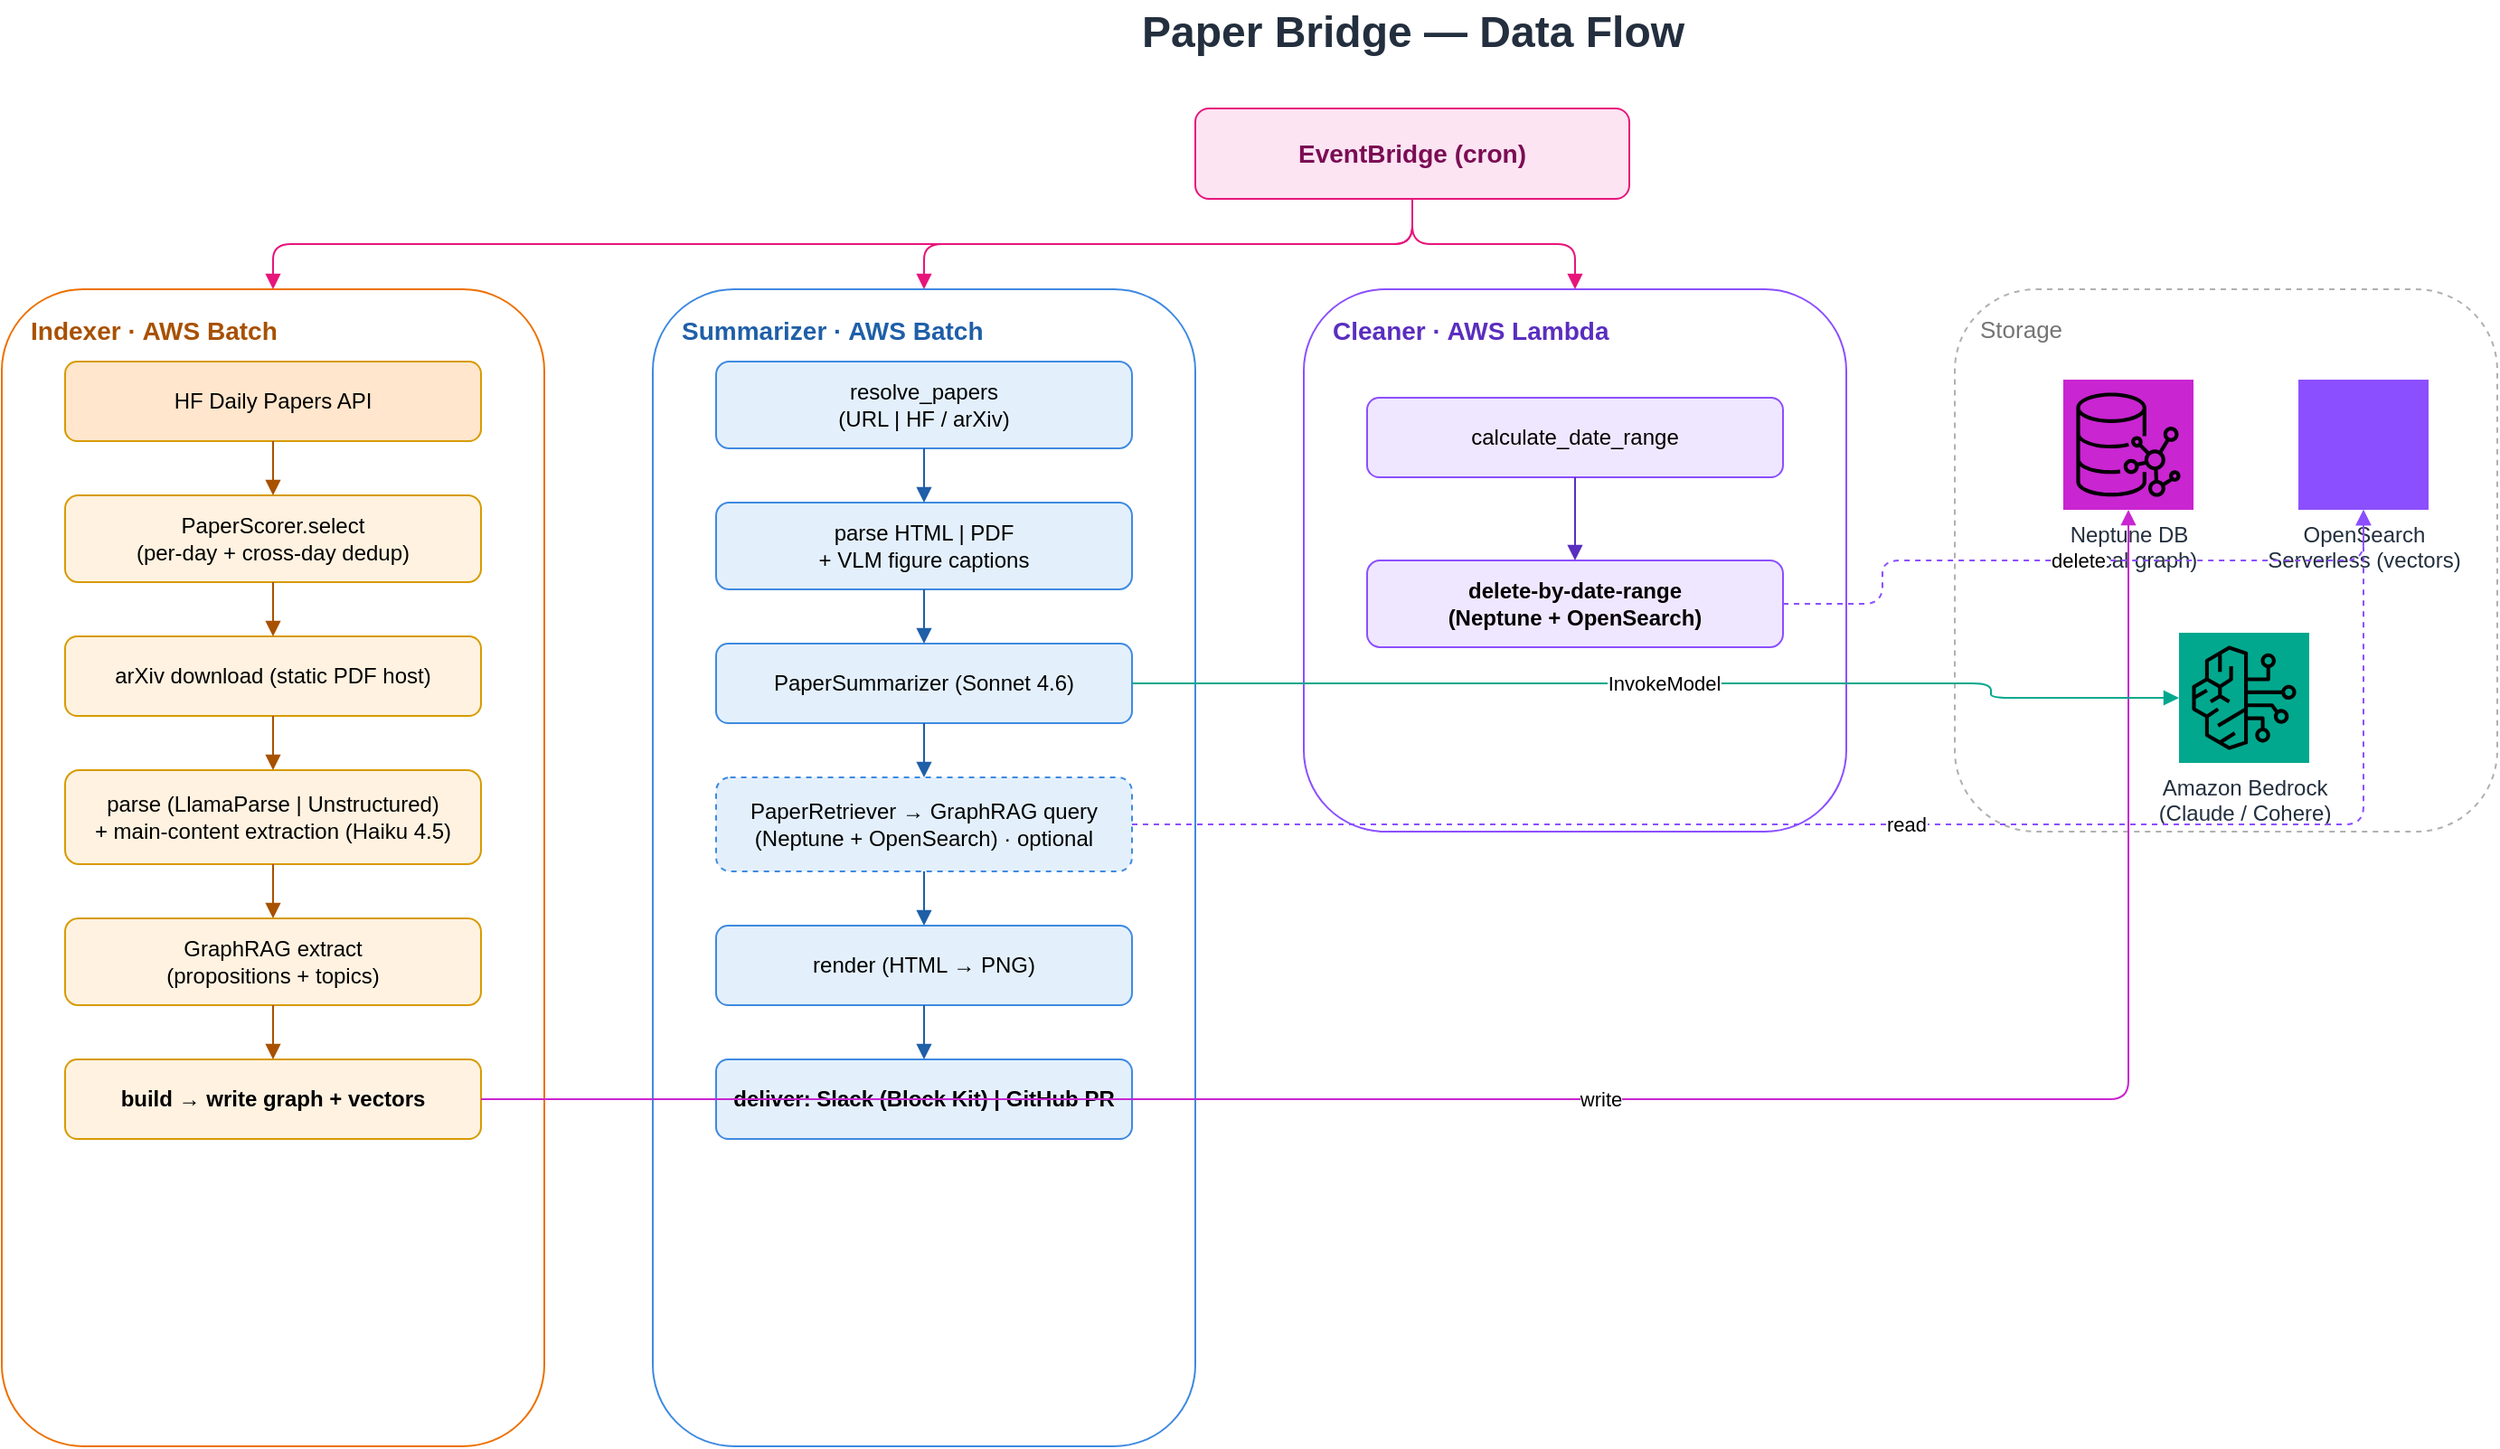
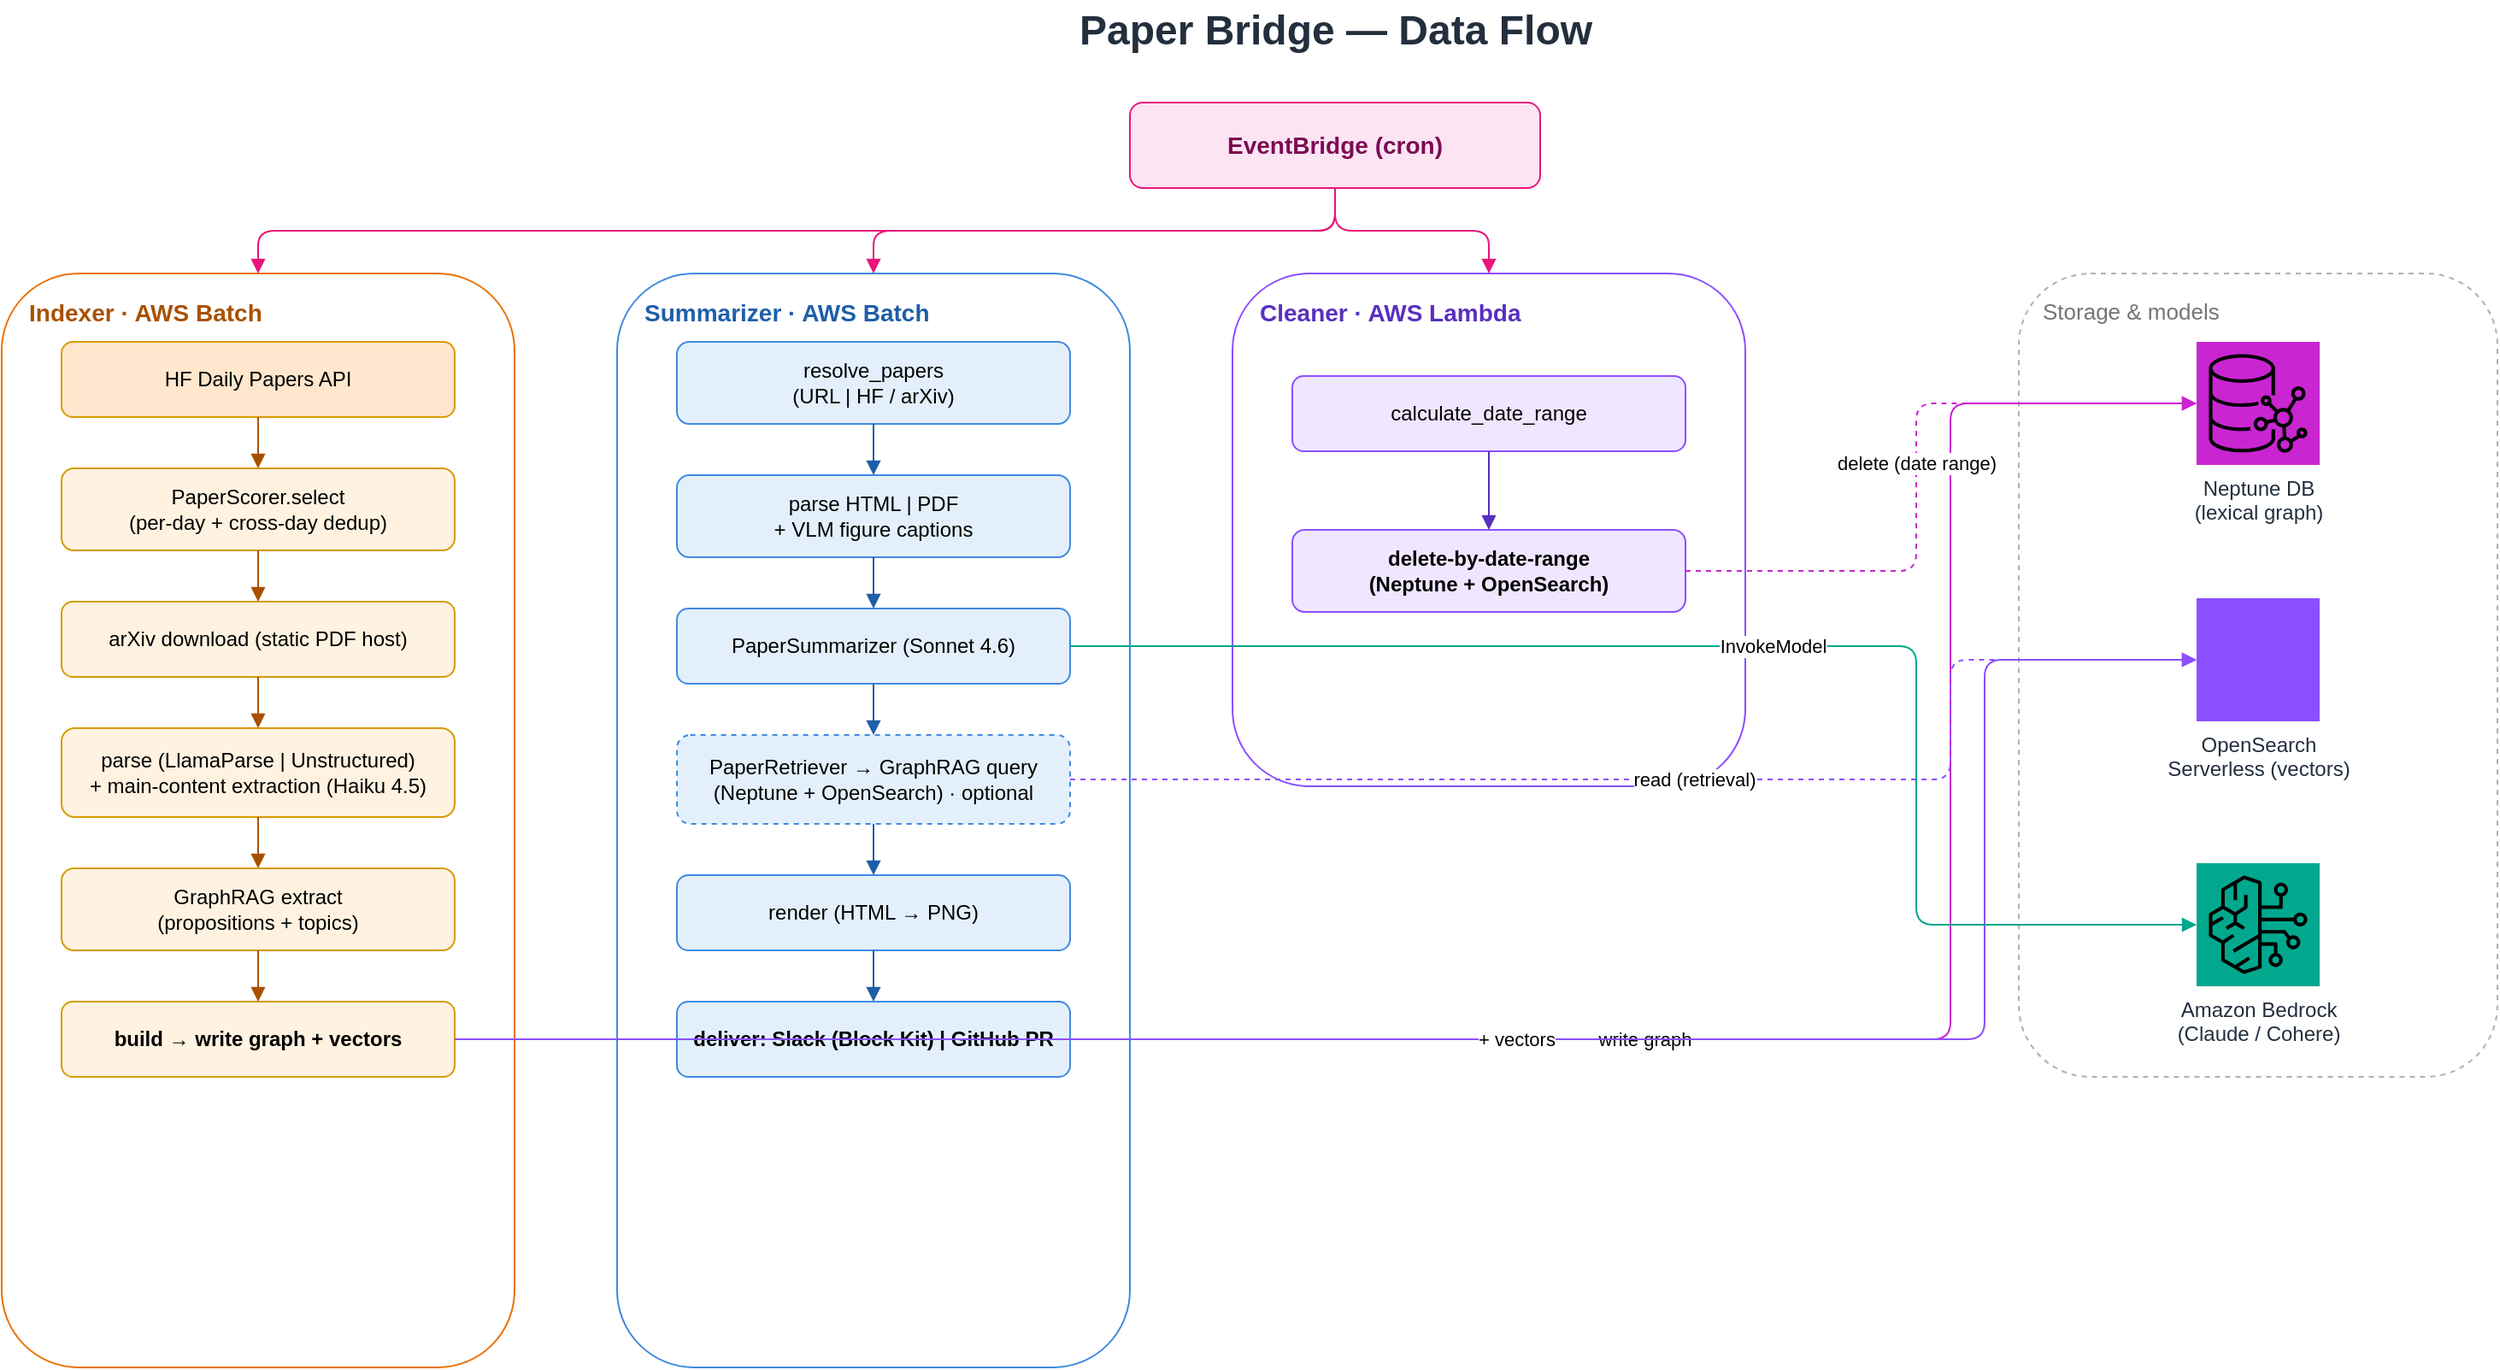
<mxGraphModel dx="1400" dy="900" grid="0" gridSize="10" guides="1" tooltips="1" connect="1" arrows="1" fold="1" page="1" pageScale="1" pageWidth="1700" pageHeight="900" math="0" shadow="0">
  <root>
    <mxCell id="0"/>
    <mxCell id="1" parent="0"/>

    <mxCell id="title" value="Paper Bridge — Data Flow" style="text;html=1;fontSize=24;fontStyle=1;align=center;verticalAlign=middle;fontColor=#232F3E;" vertex="1" parent="1">
      <mxGeometry x="560" y="20" width="560" height="36" as="geometry"/>
    </mxCell>

    <!-- Trigger -->
    <mxCell id="eb" value="EventBridge (cron)" style="rounded=1;whiteSpace=wrap;html=1;fillColor=#FCE4F3;strokeColor=#E7157B;fontSize=14;fontStyle=1;fontColor=#7B0C53;" vertex="1" parent="1">
      <mxGeometry x="720" y="80" width="240" height="50" as="geometry"/>
    </mxCell>

    <!-- ===== Lane 1: Indexer ===== -->
    <mxCell id="laneI" value="Indexer  ·  AWS Batch" style="rounded=1;whiteSpace=wrap;html=1;fillColor=none;strokeColor=#ED7100;dashed=0;verticalAlign=top;fontSize=14;fontStyle=1;fontColor=#A85100;align=left;spacingLeft=14;spacingTop=8;" vertex="1" parent="1">
      <mxGeometry x="60" y="180" width="300" height="640" as="geometry"/>
    </mxCell>
    <mxCell id="i1" value="HF Daily Papers API" style="rounded=1;whiteSpace=wrap;html=1;fillColor=#FFE6CC;strokeColor=#D79B00;fontSize=12;" vertex="1" parent="1">
      <mxGeometry x="95" y="220" width="230" height="44" as="geometry"/>
    </mxCell>
    <mxCell id="i2" value="PaperScorer.select&#10;(per-day + cross-day dedup)" style="rounded=1;whiteSpace=wrap;html=1;fillColor=#FFF2E0;strokeColor=#D79B00;fontSize=12;" vertex="1" parent="1">
      <mxGeometry x="95" y="294" width="230" height="48" as="geometry"/>
    </mxCell>
    <mxCell id="i3" value="arXiv download (static PDF host)" style="rounded=1;whiteSpace=wrap;html=1;fillColor=#FFF2E0;strokeColor=#D79B00;fontSize=12;" vertex="1" parent="1">
      <mxGeometry x="95" y="372" width="230" height="44" as="geometry"/>
    </mxCell>
    <mxCell id="i4" value="parse (LlamaParse | Unstructured)&#10;+ main-content extraction (Haiku 4.5)" style="rounded=1;whiteSpace=wrap;html=1;fillColor=#FFF2E0;strokeColor=#D79B00;fontSize=12;" vertex="1" parent="1">
      <mxGeometry x="95" y="446" width="230" height="52" as="geometry"/>
    </mxCell>
    <mxCell id="i5" value="GraphRAG extract&#10;(propositions + topics)" style="rounded=1;whiteSpace=wrap;html=1;fillColor=#FFF2E0;strokeColor=#D79B00;fontSize=12;" vertex="1" parent="1">
      <mxGeometry x="95" y="528" width="230" height="48" as="geometry"/>
    </mxCell>
    <mxCell id="i6" value="build → write graph + vectors" style="rounded=1;whiteSpace=wrap;html=1;fillColor=#FFF2E0;strokeColor=#D79B00;fontSize=12;fontStyle=1;" vertex="1" parent="1">
      <mxGeometry x="95" y="606" width="230" height="44" as="geometry"/>
    </mxCell>

    <!-- ===== Lane 2: Summarizer ===== -->
    <mxCell id="laneS" value="Summarizer  ·  AWS Batch" style="rounded=1;whiteSpace=wrap;html=1;fillColor=none;strokeColor=#3F8AE0;dashed=0;verticalAlign=top;fontSize=14;fontStyle=1;fontColor=#1F5FA8;align=left;spacingLeft=14;spacingTop=8;" vertex="1" parent="1">
      <mxGeometry x="420" y="180" width="300" height="640" as="geometry"/>
    </mxCell>
    <mxCell id="s1" value="resolve_papers&#10;(URL | HF / arXiv)" style="rounded=1;whiteSpace=wrap;html=1;fillColor=#E3F0FC;strokeColor=#3F8AE0;fontSize=12;" vertex="1" parent="1">
      <mxGeometry x="455" y="220" width="230" height="48" as="geometry"/>
    </mxCell>
    <mxCell id="s2" value="parse HTML | PDF&#10;+ VLM figure captions" style="rounded=1;whiteSpace=wrap;html=1;fillColor=#E3F0FC;strokeColor=#3F8AE0;fontSize=12;" vertex="1" parent="1">
      <mxGeometry x="455" y="298" width="230" height="48" as="geometry"/>
    </mxCell>
    <mxCell id="s3" value="PaperSummarizer (Sonnet 4.6)" style="rounded=1;whiteSpace=wrap;html=1;fillColor=#E3F0FC;strokeColor=#3F8AE0;fontSize=12;" vertex="1" parent="1">
      <mxGeometry x="455" y="376" width="230" height="44" as="geometry"/>
    </mxCell>
    <mxCell id="s4" value="PaperRetriever → GraphRAG query&#10;(Neptune + OpenSearch)  ·  optional" style="rounded=1;whiteSpace=wrap;html=1;fillColor=#E3F0FC;strokeColor=#3F8AE0;fontSize=12;dashed=1;" vertex="1" parent="1">
      <mxGeometry x="455" y="450" width="230" height="52" as="geometry"/>
    </mxCell>
    <mxCell id="s5" value="render (HTML → PNG)" style="rounded=1;whiteSpace=wrap;html=1;fillColor=#E3F0FC;strokeColor=#3F8AE0;fontSize=12;" vertex="1" parent="1">
      <mxGeometry x="455" y="532" width="230" height="44" as="geometry"/>
    </mxCell>
    <mxCell id="s6" value="deliver: Slack (Block Kit) | GitHub PR" style="rounded=1;whiteSpace=wrap;html=1;fillColor=#E3F0FC;strokeColor=#3F8AE0;fontSize=12;fontStyle=1;" vertex="1" parent="1">
      <mxGeometry x="455" y="606" width="230" height="44" as="geometry"/>
    </mxCell>

    <!-- ===== Lane 3: Cleaner ===== -->
    <mxCell id="laneC" value="Cleaner  ·  AWS Lambda" style="rounded=1;whiteSpace=wrap;html=1;fillColor=none;strokeColor=#8C4FFF;dashed=0;verticalAlign=top;fontSize=14;fontStyle=1;fontColor=#5A2EBF;align=left;spacingLeft=14;spacingTop=8;" vertex="1" parent="1">
      <mxGeometry x="780" y="180" width="300" height="300" as="geometry"/>
    </mxCell>
    <mxCell id="c1" value="calculate_date_range" style="rounded=1;whiteSpace=wrap;html=1;fillColor=#EFE7FF;strokeColor=#8C4FFF;fontSize=12;" vertex="1" parent="1">
      <mxGeometry x="815" y="240" width="230" height="44" as="geometry"/>
    </mxCell>
    <mxCell id="c2" value="delete-by-date-range&#10;(Neptune + OpenSearch)" style="rounded=1;whiteSpace=wrap;html=1;fillColor=#EFE7FF;strokeColor=#8C4FFF;fontSize=12;fontStyle=1;" vertex="1" parent="1">
      <mxGeometry x="815" y="330" width="230" height="48" as="geometry"/>
    </mxCell>

-     <!-- ===== Shared stores (right) ===== -->
-     <mxCell id="stores" value="Storage" style="rounded=1;whiteSpace=wrap;html=1;fillColor=none;strokeColor=#B0B0B0;dashed=1;verticalAlign=top;fontSize=13;fontColor=#757575;align=left;spacingLeft=12;spacingTop=8;" vertex="1" parent="1">
-       <mxGeometry x="1140" y="180" width="300" height="300" as="geometry"/>
+     <!-- ===== Shared stores (right, vertical stack) ===== -->
+     <mxCell id="stores" value="Storage &amp; models" style="rounded=1;whiteSpace=wrap;html=1;fillColor=none;strokeColor=#B0B0B0;dashed=1;verticalAlign=top;fontSize=13;fontColor=#757575;align=left;spacingLeft=12;spacingTop=8;" vertex="1" parent="1">
+       <mxGeometry x="1240" y="180" width="280" height="470" as="geometry"/>
    </mxCell>
    <mxCell id="neptune" value="Neptune DB&#10;(lexical graph)" style="sketch=0;outlineConnect=0;fontColor=#232F3E;gradientColor=none;fillColor=#C925D1;strokeColor=none;dashed=0;verticalLabelPosition=bottom;verticalAlign=top;align=center;html=1;fontSize=12;aspect=fixed;shape=mxgraph.aws4.resourceIcon;resIcon=mxgraph.aws4.neptune;" vertex="1" parent="1">
-       <mxGeometry x="1200" y="230" width="72" height="72" as="geometry"/>
+       <mxGeometry x="1344" y="220" width="72" height="72" as="geometry"/>
    </mxCell>
    <mxCell id="aoss" value="OpenSearch&#10;Serverless (vectors)" style="sketch=0;outlineConnect=0;fontColor=#232F3E;gradientColor=none;fillColor=#8C4FFF;strokeColor=none;dashed=0;verticalLabelPosition=bottom;verticalAlign=top;align=center;html=1;fontSize=12;aspect=fixed;shape=mxgraph.aws4.resourceIcon;resIcon=mxgraph.aws4.opensearch_service;" vertex="1" parent="1">
-       <mxGeometry x="1330" y="230" width="72" height="72" as="geometry"/>
+       <mxGeometry x="1344" y="370" width="72" height="72" as="geometry"/>
    </mxCell>
    <mxCell id="bedrock" value="Amazon Bedrock&#10;(Claude / Cohere)" style="sketch=0;outlineConnect=0;fontColor=#232F3E;gradientColor=none;fillColor=#01A88D;strokeColor=none;dashed=0;verticalLabelPosition=bottom;verticalAlign=top;align=center;html=1;fontSize=12;aspect=fixed;shape=mxgraph.aws4.resourceIcon;resIcon=mxgraph.aws4.bedrock;" vertex="1" parent="1">
-       <mxGeometry x="1264" y="370" width="72" height="72" as="geometry"/>
+       <mxGeometry x="1344" y="525" width="72" height="72" as="geometry"/>
    </mxCell>

    <!-- ===== trigger edges ===== -->
    <mxCell id="t1" style="edgeStyle=orthogonalEdgeStyle;rounded=1;html=1;endArrow=block;strokeColor=#E7157B;exitX=0.5;exitY=1;exitDx=0;exitDy=0;entryX=0.5;entryY=0;entryDx=0;entryDy=0;" edge="1" parent="1" source="eb" target="laneI">
      <mxGeometry relative="1" as="geometry"><Array as="points"><mxPoint x="210" y="155"/></Array></mxGeometry>
    </mxCell>
    <mxCell id="t2" style="edgeStyle=orthogonalEdgeStyle;rounded=1;html=1;endArrow=block;strokeColor=#E7157B;exitX=0.5;exitY=1;exitDx=0;exitDy=0;entryX=0.5;entryY=0;entryDx=0;entryDy=0;" edge="1" parent="1" source="eb" target="laneS">
      <mxGeometry relative="1" as="geometry"><Array as="points"><mxPoint x="570" y="155"/></Array></mxGeometry>
    </mxCell>
    <mxCell id="t3" style="edgeStyle=orthogonalEdgeStyle;rounded=1;html=1;endArrow=block;strokeColor=#E7157B;exitX=0.5;exitY=1;exitDx=0;exitDy=0;entryX=0.5;entryY=0;entryDx=0;entryDy=0;" edge="1" parent="1" source="eb" target="laneC">
      <mxGeometry relative="1" as="geometry"><Array as="points"><mxPoint x="930" y="155"/></Array></mxGeometry>
    </mxCell>

    <!-- ===== Indexer step edges ===== -->
    <mxCell id="ei12" style="edgeStyle=orthogonalEdgeStyle;rounded=1;html=1;endArrow=block;strokeColor=#A85100;" edge="1" parent="1" source="i1" target="i2"><mxGeometry relative="1" as="geometry"/></mxCell>
    <mxCell id="ei23" style="edgeStyle=orthogonalEdgeStyle;rounded=1;html=1;endArrow=block;strokeColor=#A85100;" edge="1" parent="1" source="i2" target="i3"><mxGeometry relative="1" as="geometry"/></mxCell>
    <mxCell id="ei34" style="edgeStyle=orthogonalEdgeStyle;rounded=1;html=1;endArrow=block;strokeColor=#A85100;" edge="1" parent="1" source="i3" target="i4"><mxGeometry relative="1" as="geometry"/></mxCell>
    <mxCell id="ei45" style="edgeStyle=orthogonalEdgeStyle;rounded=1;html=1;endArrow=block;strokeColor=#A85100;" edge="1" parent="1" source="i4" target="i5"><mxGeometry relative="1" as="geometry"/></mxCell>
    <mxCell id="ei56" style="edgeStyle=orthogonalEdgeStyle;rounded=1;html=1;endArrow=block;strokeColor=#A85100;" edge="1" parent="1" source="i5" target="i6"><mxGeometry relative="1" as="geometry"/></mxCell>

    <!-- ===== Summarizer step edges ===== -->
    <mxCell id="es12" style="edgeStyle=orthogonalEdgeStyle;rounded=1;html=1;endArrow=block;strokeColor=#1F5FA8;" edge="1" parent="1" source="s1" target="s2"><mxGeometry relative="1" as="geometry"/></mxCell>
    <mxCell id="es23" style="edgeStyle=orthogonalEdgeStyle;rounded=1;html=1;endArrow=block;strokeColor=#1F5FA8;" edge="1" parent="1" source="s2" target="s3"><mxGeometry relative="1" as="geometry"/></mxCell>
    <mxCell id="es34" style="edgeStyle=orthogonalEdgeStyle;rounded=1;html=1;endArrow=block;strokeColor=#1F5FA8;" edge="1" parent="1" source="s3" target="s4"><mxGeometry relative="1" as="geometry"/></mxCell>
    <mxCell id="es45" style="edgeStyle=orthogonalEdgeStyle;rounded=1;html=1;endArrow=block;strokeColor=#1F5FA8;" edge="1" parent="1" source="s4" target="s5"><mxGeometry relative="1" as="geometry"/></mxCell>
    <mxCell id="es56" style="edgeStyle=orthogonalEdgeStyle;rounded=1;html=1;endArrow=block;strokeColor=#1F5FA8;" edge="1" parent="1" source="s5" target="s6"><mxGeometry relative="1" as="geometry"/></mxCell>

    <!-- ===== Cleaner step edge ===== -->
    <mxCell id="ec12" style="edgeStyle=orthogonalEdgeStyle;rounded=1;html=1;endArrow=block;strokeColor=#5A2EBF;" edge="1" parent="1" source="c1" target="c2"><mxGeometry relative="1" as="geometry"/></mxCell>

-     <!-- ===== to stores ===== -->
-     <mxCell id="ei_write" value="write" style="edgeStyle=orthogonalEdgeStyle;rounded=1;html=1;endArrow=block;strokeColor=#C925D1;fontSize=11;exitX=1;exitY=0.5;exitDx=0;exitDy=0;entryX=0.5;entryY=1;entryDx=0;entryDy=0;" edge="1" parent="1" source="i6" target="neptune">
-       <mxGeometry relative="1" as="geometry"><Array as="points"><mxPoint x="1236" y="628"/></Array></mxGeometry>
+     <!-- ===== to stores: all enter the store icons from the LEFT (entryX=0),
+          routed up a shared vertical channel at x=1200 so no line crosses an
+          icon or its caption. ===== -->
+     <mxCell id="ei_write" value="write graph" style="edgeStyle=orthogonalEdgeStyle;rounded=1;html=1;endArrow=block;strokeColor=#C925D1;fontSize=11;exitX=1;exitY=0.5;exitDx=0;exitDy=0;entryX=0;entryY=0.5;entryDx=0;entryDy=0;" edge="1" parent="1" source="i6" target="neptune">
+       <mxGeometry relative="1" as="geometry"><Array as="points"><mxPoint x="1200" y="628"/><mxPoint x="1200" y="256"/></Array></mxGeometry>
    </mxCell>
-     <mxCell id="es_read" value="read" style="edgeStyle=orthogonalEdgeStyle;rounded=1;html=1;endArrow=block;dashed=1;strokeColor=#8C4FFF;fontSize=11;exitX=1;exitY=0.5;exitDx=0;exitDy=0;entryX=0.5;entryY=1;entryDx=0;entryDy=0;" edge="1" parent="1" source="s4" target="aoss">
-       <mxGeometry relative="1" as="geometry"><Array as="points"><mxPoint x="1366" y="476"/></Array></mxGeometry>
+     <mxCell id="ei_write_v" value="+ vectors" style="edgeStyle=orthogonalEdgeStyle;rounded=1;html=1;endArrow=block;strokeColor=#8C4FFF;fontSize=11;exitX=1;exitY=0.5;exitDx=0;exitDy=0;entryX=0;entryY=0.5;entryDx=0;entryDy=0;" edge="1" parent="1" source="i6" target="aoss">
+       <mxGeometry relative="1" as="geometry"><Array as="points"><mxPoint x="1220" y="628"/><mxPoint x="1220" y="406"/></Array></mxGeometry>
    </mxCell>
-     <mxCell id="ec_del" value="delete" style="edgeStyle=orthogonalEdgeStyle;rounded=1;html=1;endArrow=block;dashed=1;strokeColor=#8C4FFF;fontSize=11;exitX=1;exitY=0.5;exitDx=0;exitDy=0;entryX=0.5;entryY=1;entryDx=0;entryDy=0;" edge="1" parent="1" source="c2" target="aoss">
-       <mxGeometry relative="1" as="geometry"><Array as="points"><mxPoint x="1100" y="354"/><mxPoint x="1100" y="330"/><mxPoint x="1366" y="330"/></Array></mxGeometry>
+     <mxCell id="es_read" value="read (retrieval)" style="edgeStyle=orthogonalEdgeStyle;rounded=1;html=1;endArrow=block;dashed=1;strokeColor=#8C4FFF;fontSize=11;exitX=1;exitY=0.5;exitDx=0;exitDy=0;entryX=0;entryY=0.5;entryDx=0;entryDy=0;" edge="1" parent="1" source="s4" target="aoss">
+       <mxGeometry relative="1" as="geometry"><Array as="points"><mxPoint x="1200" y="476"/><mxPoint x="1200" y="406"/></Array></mxGeometry>
    </mxCell>
    <mxCell id="es_llm" value="InvokeModel" style="edgeStyle=orthogonalEdgeStyle;rounded=1;html=1;endArrow=block;strokeColor=#01A88D;fontSize=11;exitX=1;exitY=0.5;exitDx=0;exitDy=0;entryX=0;entryY=0.5;entryDx=0;entryDy=0;" edge="1" parent="1" source="s3" target="bedrock">
-       <mxGeometry relative="1" as="geometry"><Array as="points"><mxPoint x="1160" y="398"/></Array></mxGeometry>
+       <mxGeometry relative="1" as="geometry"><Array as="points"><mxPoint x="1180" y="398"/><mxPoint x="1180" y="561"/></Array></mxGeometry>
+     </mxCell>
+     <mxCell id="ec_del" value="delete (date range)" style="edgeStyle=orthogonalEdgeStyle;rounded=1;html=1;endArrow=block;dashed=1;strokeColor=#C925D1;fontSize=11;exitX=1;exitY=0.5;exitDx=0;exitDy=0;entryX=0;entryY=0.5;entryDx=0;entryDy=0;" edge="1" parent="1" source="c2" target="neptune">
+       <mxGeometry relative="1" as="geometry"><Array as="points"><mxPoint x="1180" y="354"/><mxPoint x="1180" y="256"/></Array></mxGeometry>
    </mxCell>
  </root>
</mxGraphModel>
